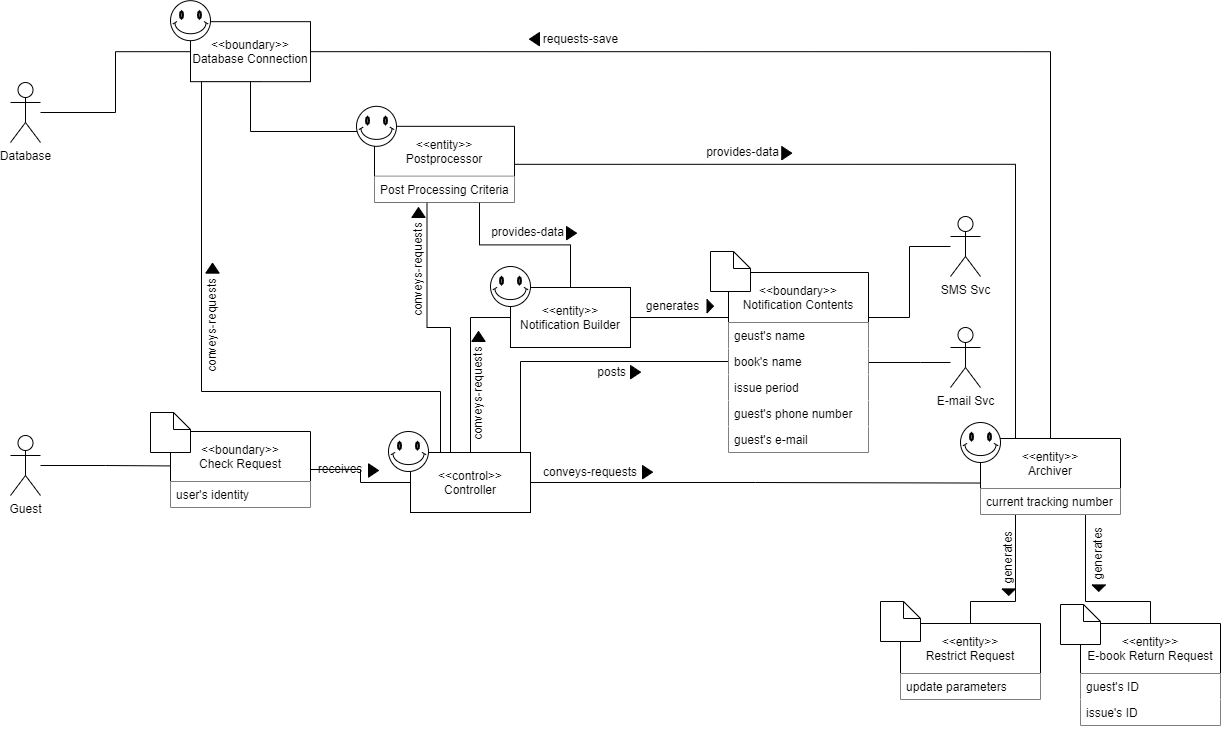
Above: docs/DomainModels/diagram_images/DM-UC-13.png in youngkwon02/Enhanced-library-management (draw.io), before the change. Source tidied: cells renumbered, new cells last; positions are measured from the earlier drawing's top-left corner, leaving out a move shared by most shapes.
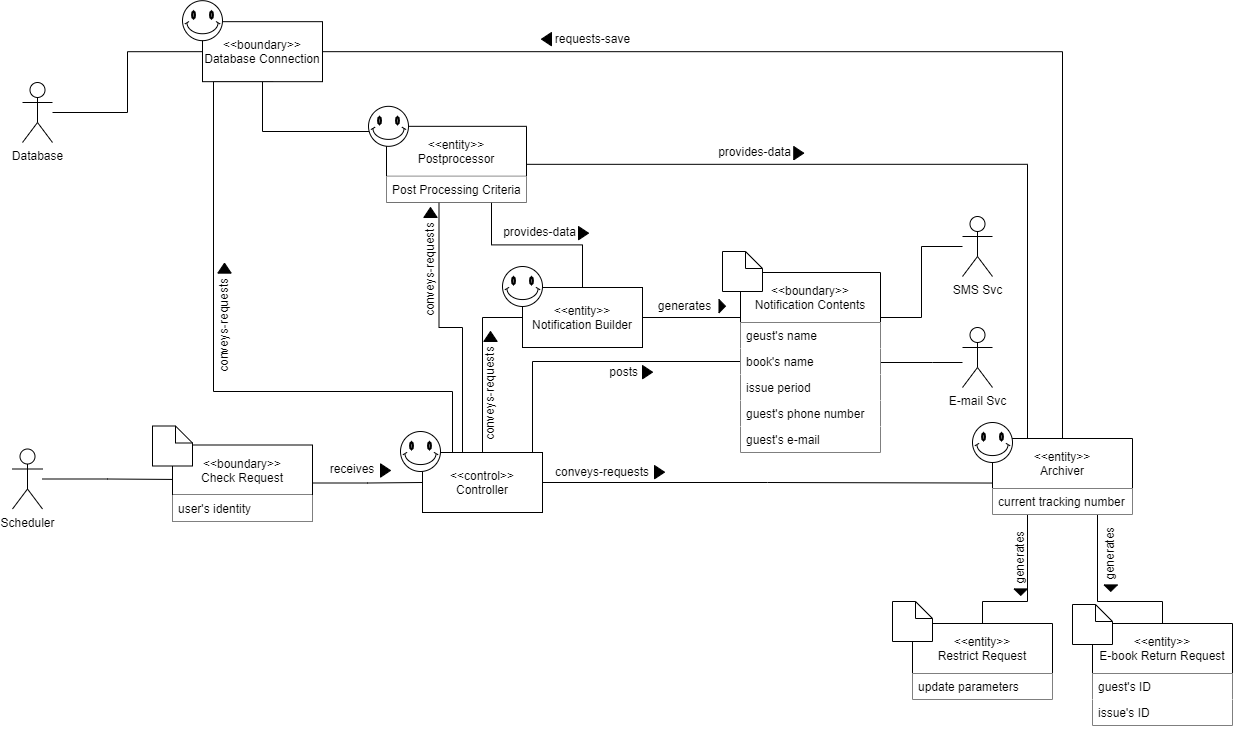
After the commit.

The edit, as a diff of the source:
```diff
@@ -63,14 +63,14 @@
     <mxCell id="13" style="edgeStyle=orthogonalEdgeStyle;rounded=0;jettySize=auto;html=1;entryX=0.072;entryY=0.454;entryDx=0;entryDy=0;entryPerimeter=0;endArrow=none;endFill=0;" parent="1" edge="1" source="14" target="16">
       <mxGeometry relative="1" as="geometry" />
     </mxCell>
-    <mxCell id="14" value="Guest" style="shape=umlActor;verticalLabelPosition=bottom;verticalAlign=top;html=1;outlineConnect=0;" parent="1" vertex="1">
-      <mxGeometry y="435" width="30" height="60" as="geometry" />
+    <mxCell id="14" value="Scheduler" style="shape=umlActor;verticalLabelPosition=bottom;verticalAlign=top;html=1;outlineConnect=0;" parent="1" vertex="1">
+      <mxGeometry x="-10" y="448.5" width="30" height="60" as="geometry" />
     </mxCell>
     <mxCell id="15" style="edgeStyle=orthogonalEdgeStyle;rounded=0;jettySize=auto;html=1;exitX=1;exitY=0.5;exitDx=0;exitDy=0;entryX=0;entryY=0.5;entryDx=0;entryDy=0;endArrow=none;endFill=0;" parent="1" edge="1" source="16" target="7">
       <mxGeometry relative="1" as="geometry" />
     </mxCell>
     <mxCell id="16" value="&lt;&lt;boundary&gt;&gt;&#10;Check Request" style="swimlane;fontStyle=0;horizontal=1;startSize=50;" parent="1" vertex="1">
-      <mxGeometry x="160" y="431" width="140" height="76" as="geometry" />
+      <mxGeometry x="150" y="444.5" width="140" height="76" as="geometry" />
     </mxCell>
     <mxCell id="17" value="user's identity" style="text;align=left;verticalAlign=top;spacingLeft=4;spacingRight=4;overflow=hidden;fillColor=#ffffff;" parent="16" vertex="1">
       <mxGeometry y="50" width="140" height="26" as="geometry" />
@@ -82,7 +82,7 @@
       <mxGeometry x="160" y="0.2" width="40" height="40" as="geometry" />
     </mxCell>
     <mxCell id="20" style="shape=note2;boundedLbl=1;whiteSpace=wrap;html=1;size=17;verticalAlign=top;align=center;fillColor=#ffffff;" parent="1" vertex="1">
-      <mxGeometry x="140" y="412" width="40" height="40" as="geometry" />
+      <mxGeometry x="130" y="425.5" width="40" height="40" as="geometry" />
     </mxCell>
     <mxCell id="21" style="group;rotation=-180;" parent="1" vertex="1">
       <mxGeometry x="500" y="31" width="112" height="20" as="geometry" />
```
